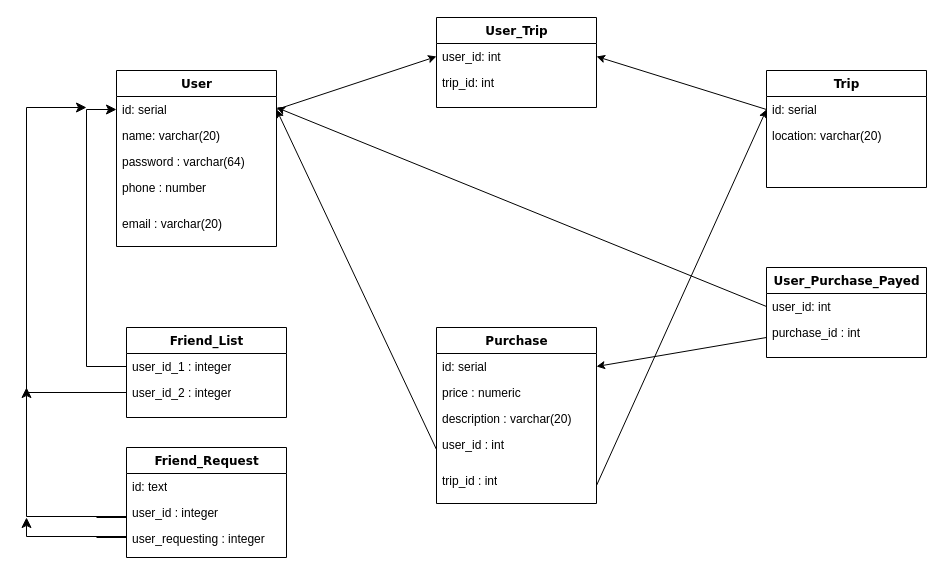
RodrigoNevesWork/Splitify keeps this draw.io diagram as docs/diagrams/postgre_model_splitify.drawio. Above is the earlier version. Source tidied: cells renumbered, new cells numbered last; positions are measured from the earlier drawing's top-left corner, leaving out a move shared by most shapes. Both pictures are drawn from the tidied source at 100%, with x=0, y=0 at pixel (26, 17).
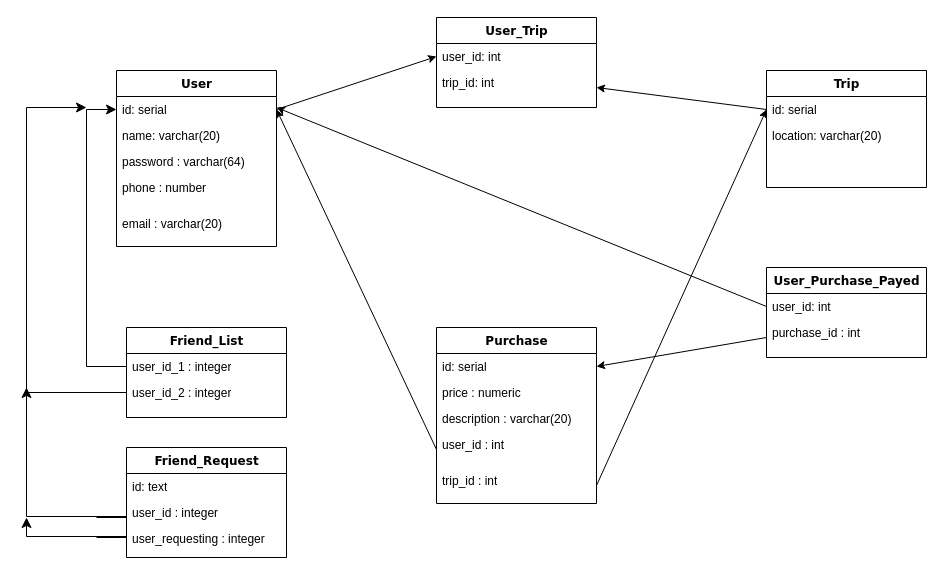
The same page after the edit.

The change refers to these unchanged cells:
```xml
<mxCell id="9" value="id: serial&lt;br&gt;&amp;nbsp;" style="text;html=1;strokeColor=none;fillColor=none;align=left;verticalAlign=top;spacingLeft=4;spacingRight=4;whiteSpace=wrap;overflow=hidden;points=[[0,0.5],[1,0.5]];portConstraint=eastwest;" parent="8" vertex="1">
  <mxGeometry y="26" width="160" height="26" as="geometry" />
</mxCell>
<mxCell id="20" value="user_id: int&lt;br&gt;&amp;nbsp;" style="text;html=1;strokeColor=none;fillColor=none;align=left;verticalAlign=top;spacingLeft=4;spacingRight=4;whiteSpace=wrap;overflow=hidden;points=[[0,0.5],[1,0.5]];portConstraint=eastwest;" parent="19" vertex="1">
  <mxGeometry y="26" width="160" height="26" as="geometry" />
</mxCell>
<mxCell id="21" value="trip_id: int" style="text;html=1;strokeColor=none;fillColor=none;align=left;verticalAlign=top;spacingLeft=4;spacingRight=4;whiteSpace=wrap;overflow=hidden;points=[[0,0.5],[1,0.5]];portConstraint=eastwest;" parent="19" vertex="1">
  <mxGeometry y="52" width="160" height="36" as="geometry" />
</mxCell>
```

What changed in the source:
```diff
@@
-    <mxCell id="23" style="endArrow=classic;html=1;rounded=0;exitX=0;exitY=0.5;exitDx=0;exitDy=0;entryX=1;entryY=0.5;entryDx=0;entryDy=0;" parent="1" edge="1" source="9" target="20">
+    <mxCell id="23" style="endArrow=classic;html=1;rounded=0;exitX=0;exitY=0.5;exitDx=0;exitDy=0;entryX=1;entryY=0.5;entryDx=0;entryDy=0;" parent="1" edge="1" source="9" target="21">
       <mxGeometry relative="1" as="geometry" />
     </mxCell>
```
